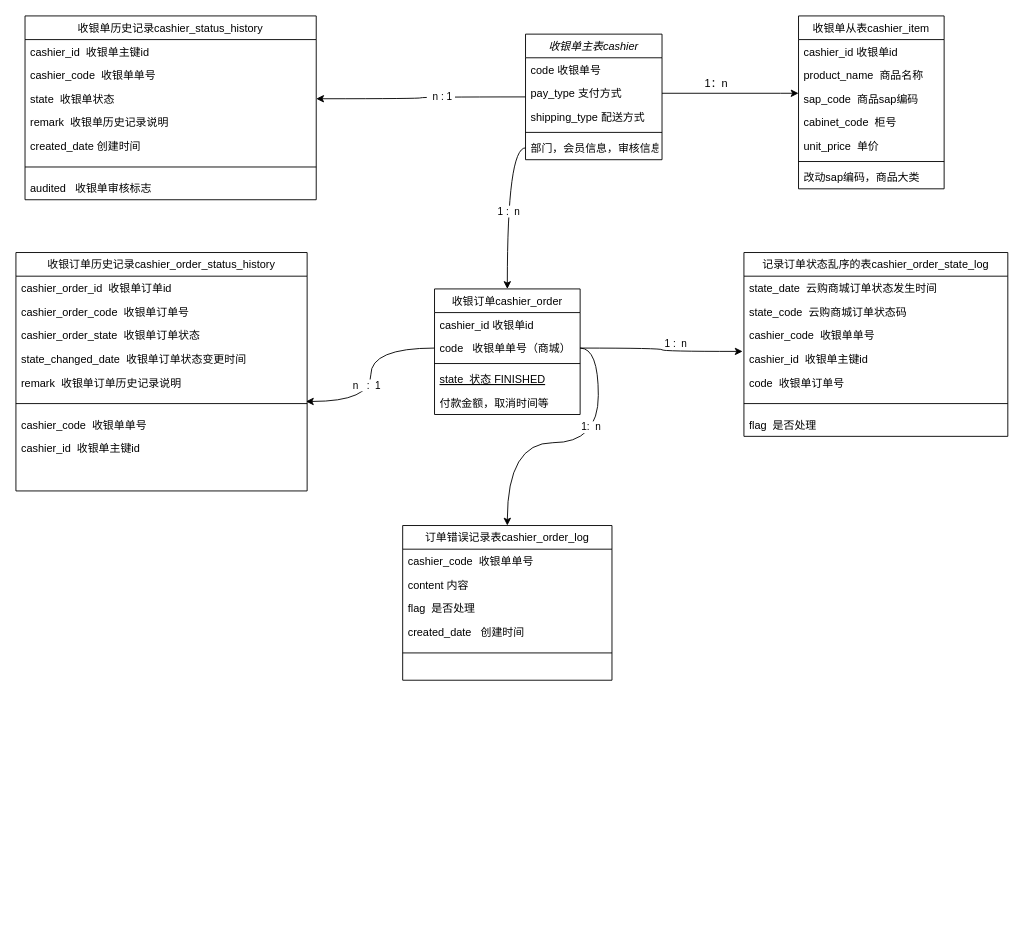
This is 玲玲塔类图.drawio from nayouzhenai/java_web, a draw.io file, before an edit. Source tidied: cells renumbered, new cells numbered last; positions are measured from the earlier drawing's top-left corner, leaving out a move shared by most shapes. Both pictures are drawn from the tidied source at 91%, with x=0, y=0 at pixel (15, 15).
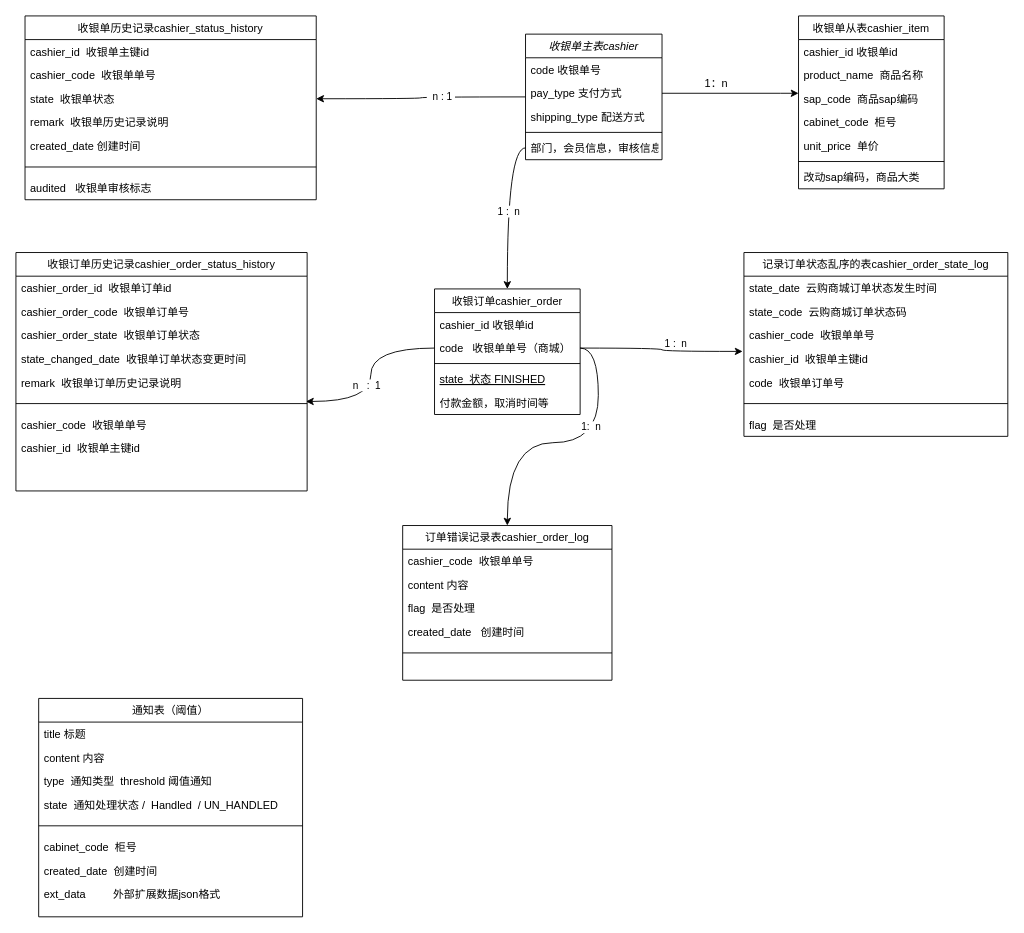
The same page after the edit.

Commit message:
更新玲玲塔类图.drawio

Change to the diagram source:
```diff
@@
+    <mxCell id="65" value="通知表（阈值）" style="swimlane;fontStyle=0;align=center;verticalAlign=top;horizontal=1;startSize=26;rounded=0;shadow=0;strokeWidth=1;" parent="1" vertex="1">
+      <mxGeometry x="25" y="750" width="290" height="240" as="geometry" />
+    </mxCell>
+    <mxCell id="66" value="title 标题" style="text;align=left;verticalAlign=top;spacingLeft=4;spacingRight=4;overflow=hidden;" parent="65" vertex="1">
+      <mxGeometry y="26" width="290" height="26" as="geometry" />
+    </mxCell>
+    <mxCell id="67" value="content 内容" style="text;align=left;verticalAlign=top;spacingLeft=4;spacingRight=4;overflow=hidden;" parent="65" vertex="1">
+      <mxGeometry y="52" width="290" height="26" as="geometry" />
+    </mxCell>
+    <mxCell id="68" value="type  通知类型  threshold 阈值通知" style="text;align=left;verticalAlign=top;spacingLeft=4;spacingRight=4;overflow=hidden;" parent="65" vertex="1">
+      <mxGeometry y="78" width="290" height="26" as="geometry" />
+    </mxCell>
+    <mxCell id="69" value="state  通知处理状态 /  Handled  / UN_HANDLED" style="text;align=left;verticalAlign=top;spacingLeft=4;spacingRight=4;overflow=hidden;" parent="65" vertex="1">
+      <mxGeometry y="104" width="290" height="26" as="geometry" />
+    </mxCell>
+    <mxCell id="70" style="line;html=1;strokeWidth=1;align=left;verticalAlign=middle;spacingTop=-1;spacingLeft=3;spacingRight=3;labelPosition=right;" parent="65" vertex="1">
+      <mxGeometry y="130" width="290" height="20" as="geometry" />
+    </mxCell>
+    <mxCell id="71" value="cabinet_code  柜号" style="text;align=left;verticalAlign=top;spacingLeft=4;spacingRight=4;overflow=hidden;" parent="65" vertex="1">
+      <mxGeometry y="150" width="290" height="26" as="geometry" />
+    </mxCell>
+    <mxCell id="72" value="created_date  创建时间" style="text;align=left;verticalAlign=top;spacingLeft=4;spacingRight=4;overflow=hidden;" parent="65" vertex="1">
+      <mxGeometry y="176" width="290" height="26" as="geometry" />
+    </mxCell>
+    <mxCell id="73" value="ext_data         外部扩展数据json格式" style="text;align=left;verticalAlign=top;spacingLeft=4;spacingRight=4;overflow=hidden;" parent="65" vertex="1">
+      <mxGeometry y="202" width="290" height="26" as="geometry" />
+    </mxCell>
```
